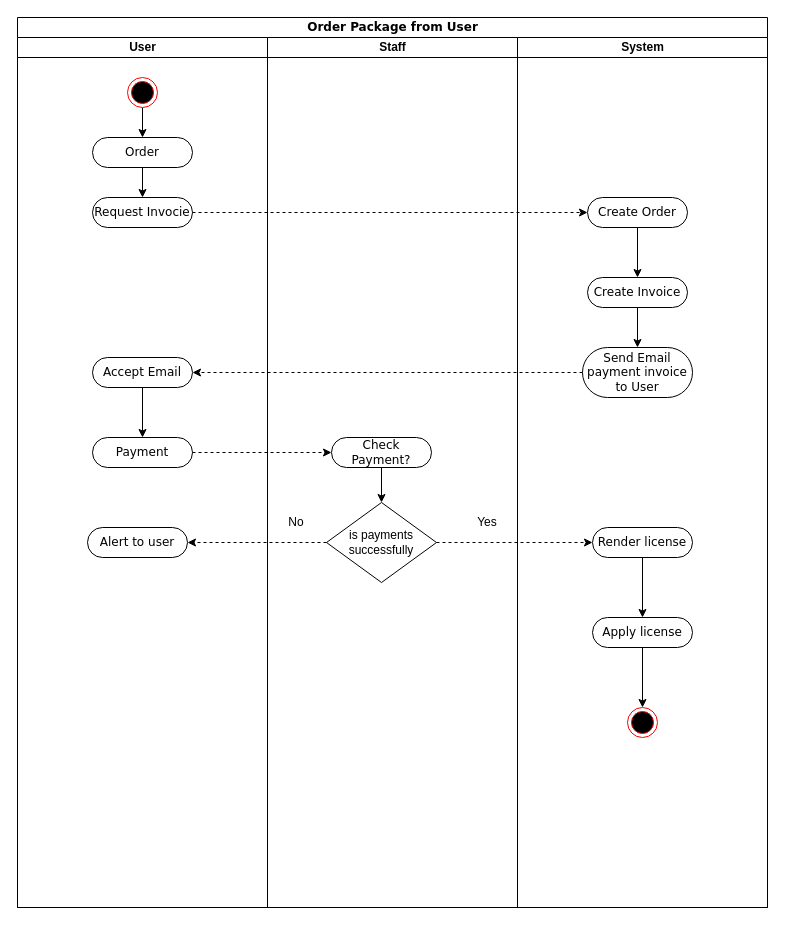
Earlier version of the draw.io diagram page "Page-1" (1 of 2) of Untitled Diagram.drawio (truongcao98/exam_flask). Source tidied: cells renumbered, new cells numbered last; positions are measured from the earlier drawing's top-left corner, leaving out a move shared by most shapes. Both pictures are drawn from the tidied source at 100%, with x=0, y=0 at pixel (17, 17).
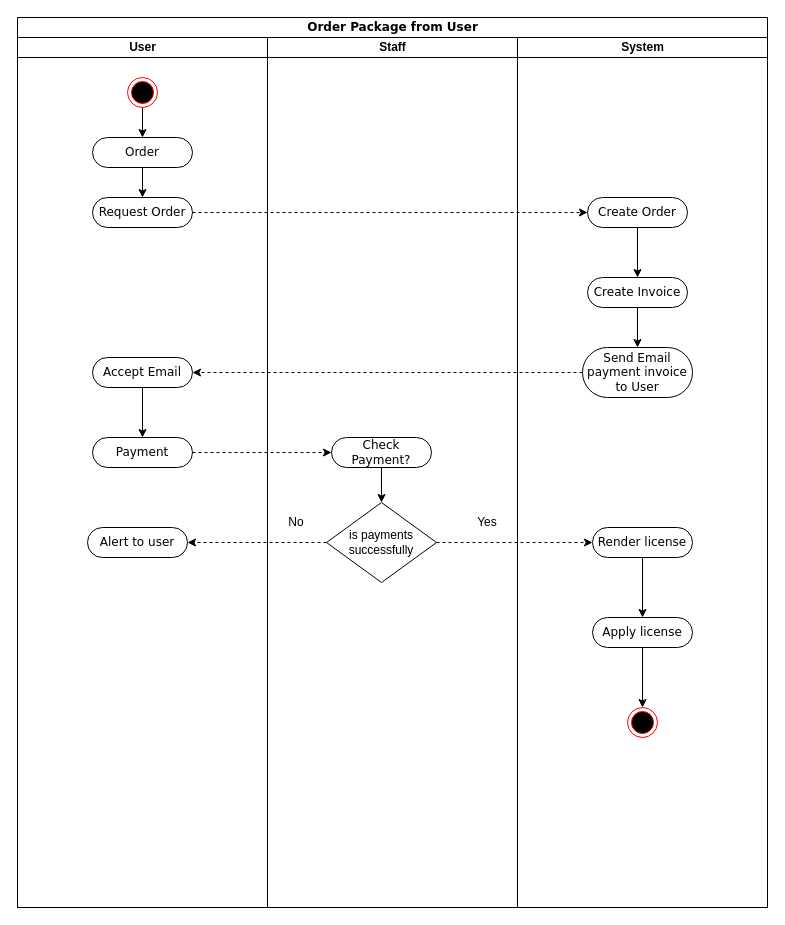
The same diagram, later.

Unchanged cells that the change refers to:
```xml
<mxCell id="3" value="User" style="swimlane;html=1;startSize=20;" parent="2" vertex="1">
  <mxGeometry y="20" width="250" height="870" as="geometry" />
</mxCell>
```

Diff of the diagram source:
```diff
@@
-    <mxCell id="6" value="Request Invocie" style="rounded=1;whiteSpace=wrap;html=1;shadow=0;comic=0;labelBackgroundColor=none;strokeWidth=1;fontFamily=Verdana;fontSize=12;align=center;arcSize=50;" parent="3" vertex="1">
+    <mxCell id="6" value="Request Order" style="rounded=1;whiteSpace=wrap;html=1;shadow=0;comic=0;labelBackgroundColor=none;strokeWidth=1;fontFamily=Verdana;fontSize=12;align=center;arcSize=50;" parent="3" vertex="1">
       <mxGeometry x="75" y="160" width="100" height="30" as="geometry" />
     </mxCell>
```
